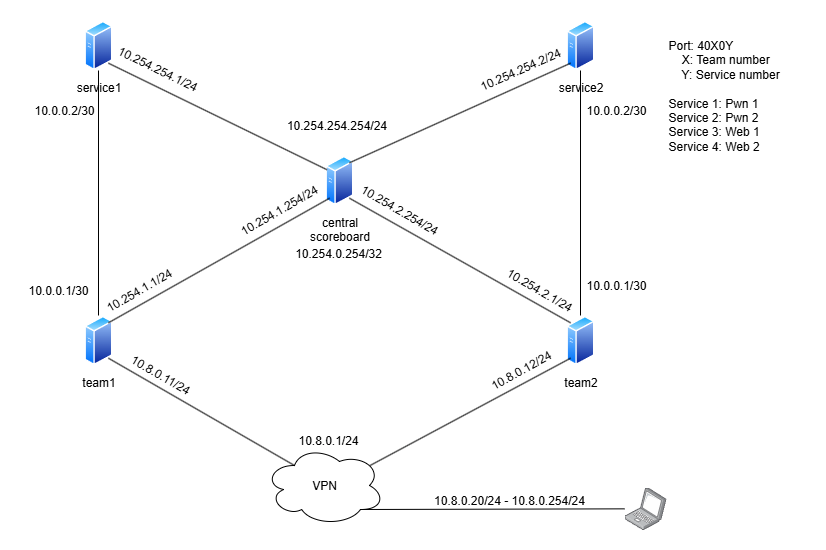
The draw.io diagram mod1/.images/topology.png in johnathanhuutri/ADLab, before a commit. Source tidied: cells renumbered, new cells last; positions are measured from the earlier drawing's top-left corner, leaving out a move shared by most shapes. The source it was exported from:
```xml
<mxGraphModel>
  <root>
    <mxCell id="0" />
    <mxCell id="1" parent="0" />
    <mxCell id="2" value="10.254.2.1/24" style="text;html=1;align=center;verticalAlign=middle;whiteSpace=wrap;rounded=0;rotation=30;" parent="1" vertex="1">
      <mxGeometry x="464" y="255" width="110" height="30" as="geometry" />
    </mxCell>
    <mxCell id="3" value="&lt;div&gt;&lt;span style=&quot;background-color: light-dark(#ffffff, var(--ge-dark-color, #121212)); color: light-dark(rgb(0, 0, 0), rgb(255, 255, 255));&quot;&gt;central&lt;/span&gt;&lt;/div&gt;&lt;div&gt;&lt;div&gt;scoreboard&lt;/div&gt;&lt;/div&gt;" style="image;perimeter=ellipsePerimeter;html=1;align=center;shadow=0;dashed=0;spacingTop=3;image=img/lib/active_directory/generic_server.svg;" parent="1" vertex="1">
      <mxGeometry x="305" y="135" width="28" height="50" as="geometry" />
    </mxCell>
    <mxCell id="4" value="team2" style="image;perimeter=ellipsePerimeter;html=1;align=center;shadow=0;dashed=0;spacingTop=3;image=img/lib/active_directory/generic_server.svg;" parent="1" vertex="1">
      <mxGeometry x="546" y="295" width="28" height="50" as="geometry" />
    </mxCell>
    <mxCell id="5" value="team1" style="image;perimeter=ellipsePerimeter;html=1;align=center;shadow=0;dashed=0;spacingTop=3;image=img/lib/active_directory/generic_server.svg;" parent="1" vertex="1">
      <mxGeometry x="64" y="295" width="28" height="50" as="geometry" />
    </mxCell>
    <mxCell id="6" value="10.254.0.254/32" style="text;html=1;align=center;verticalAlign=middle;whiteSpace=wrap;rounded=0;" parent="1" vertex="1">
      <mxGeometry x="263" y="225" width="110" height="15" as="geometry" />
    </mxCell>
    <mxCell id="7" value="10.254.1.1/24" style="text;html=1;align=center;verticalAlign=middle;whiteSpace=wrap;rounded=0;rotation=-30;" parent="1" vertex="1">
      <mxGeometry x="64" y="255" width="110" height="30" as="geometry" />
    </mxCell>
    <mxCell id="8" style="endArrow=none;html=1;rounded=0;entryX=0;entryY=1;entryDx=0;entryDy=0;exitX=1;exitY=0;exitDx=0;exitDy=0;" parent="1" edge="1" source="5" target="3">
      <mxGeometry relative="1" as="geometry" />
    </mxCell>
    <mxCell id="9" style="endArrow=none;html=1;rounded=0;entryX=1;entryY=1;entryDx=0;entryDy=0;exitX=0;exitY=0;exitDx=0;exitDy=0;" parent="1" edge="1" source="4" target="3">
      <mxGeometry relative="1" as="geometry" />
    </mxCell>
    <mxCell id="10" value="10.254.1.254/24" style="text;html=1;align=center;verticalAlign=middle;whiteSpace=wrap;rounded=0;rotation=-30;" parent="1" vertex="1">
      <mxGeometry x="204" y="175" width="110" height="30" as="geometry" />
    </mxCell>
    <mxCell id="11" value="10.254.2.254/24" style="text;html=1;align=center;verticalAlign=middle;whiteSpace=wrap;rounded=0;rotation=30;" parent="1" vertex="1">
      <mxGeometry x="324" y="175" width="110" height="30" as="geometry" />
    </mxCell>
    <mxCell id="12" value="VPN" style="ellipse;shape=cloud;whiteSpace=wrap;html=1;" parent="1" vertex="1">
      <mxGeometry x="244" y="425" width="120" height="80" as="geometry" />
    </mxCell>
    <mxCell id="13" style="endArrow=none;html=1;rounded=0;exitX=1;exitY=1;exitDx=0;exitDy=0;entryX=0.25;entryY=0.25;entryDx=0;entryDy=0;entryPerimeter=0;" parent="1" edge="1" source="5" target="12">
      <mxGeometry relative="1" as="geometry" />
    </mxCell>
    <mxCell id="14" style="endArrow=none;html=1;rounded=0;exitX=0.88;exitY=0.25;exitDx=0;exitDy=0;entryX=0;entryY=1;entryDx=0;entryDy=0;exitPerimeter=0;" parent="1" edge="1" source="12" target="4">
      <mxGeometry relative="1" as="geometry" />
    </mxCell>
    <mxCell id="15" value="10.8.0.11/24" style="text;html=1;align=center;verticalAlign=middle;whiteSpace=wrap;rounded=0;rotation=30;" parent="1" vertex="1">
      <mxGeometry x="95.3" y="340" width="90" height="30" as="geometry" />
    </mxCell>
    <mxCell id="16" value="10.8.0.12/24" style="text;html=1;align=center;verticalAlign=middle;whiteSpace=wrap;rounded=0;rotation=331;" parent="1" vertex="1">
      <mxGeometry x="456" y="335" width="90" height="30" as="geometry" />
    </mxCell>
    <mxCell id="17" value="10.8.0.1/24" style="text;html=1;align=center;verticalAlign=middle;whiteSpace=wrap;rounded=0;rotation=0;" parent="1" vertex="1">
      <mxGeometry x="263" y="405" width="90" height="30" as="geometry" />
    </mxCell>
    <mxCell id="18" style="image;points=[];html=1;align=center;shadow=0;dashed=0;image=img/lib/allied_telesis/computer_and_terminals/Laptop.svg;" parent="1" vertex="1">
      <mxGeometry x="604" y="467" width="42" height="42.6" as="geometry" />
    </mxCell>
    <mxCell id="19" style="endArrow=none;html=1;rounded=0;exitX=0.8;exitY=0.8;exitDx=0;exitDy=0;exitPerimeter=0;" parent="1" edge="1" source="12" target="18">
      <mxGeometry relative="1" as="geometry" />
    </mxCell>
    <mxCell id="20" value="10.8.0.20/24 - 10.8.0.254/24" style="text;html=1;align=center;verticalAlign=middle;whiteSpace=wrap;rounded=0;rotation=0;" parent="1" vertex="1">
      <mxGeometry x="404" y="465" width="170" height="30" as="geometry" />
    </mxCell>
    <mxCell id="21" value="Port: 40X0Y&lt;div&gt;&amp;nbsp; &amp;nbsp; X: Team number&lt;br&gt;&amp;nbsp; &amp;nbsp; Y: Service number&lt;/div&gt;&lt;div&gt;&lt;br&gt;&lt;/div&gt;&lt;div&gt;Service 1: Pwn 1&lt;/div&gt;&lt;div&gt;Service 2: Pwn 2&lt;/div&gt;&lt;div&gt;Service 3: Web 1&lt;/div&gt;&lt;div&gt;Service 4: Web 2&lt;/div&gt;" style="text;html=1;align=left;verticalAlign=middle;whiteSpace=wrap;rounded=0;" parent="1" vertex="1">
      <mxGeometry x="646" y="10" width="140" height="130" as="geometry" />
    </mxCell>
    <mxCell id="22" value="&lt;div&gt;service1&lt;/div&gt;" style="image;perimeter=ellipsePerimeter;html=1;align=center;shadow=0;dashed=0;spacingTop=3;image=img/lib/active_directory/generic_server.svg;" parent="1" vertex="1">
      <mxGeometry x="64" width="28" height="50" as="geometry" />
    </mxCell>
    <mxCell id="23" value="&lt;div&gt;service2&lt;/div&gt;" style="image;perimeter=ellipsePerimeter;html=1;align=center;shadow=0;dashed=0;spacingTop=3;image=img/lib/active_directory/generic_server.svg;" parent="1" vertex="1">
      <mxGeometry x="546" width="28" height="50" as="geometry" />
    </mxCell>
    <mxCell id="24" style="endArrow=none;html=1;rounded=0;entryX=0.5;entryY=1;entryDx=0;entryDy=0;exitX=0.5;exitY=0;exitDx=0;exitDy=0;" parent="1" edge="1" source="5" target="22">
      <mxGeometry relative="1" as="geometry" />
    </mxCell>
    <mxCell id="25" style="endArrow=none;html=1;rounded=0;entryX=0.5;entryY=1;entryDx=0;entryDy=0;exitX=0.5;exitY=0;exitDx=0;exitDy=0;" parent="1" edge="1" source="4" target="23">
      <mxGeometry relative="1" as="geometry" />
    </mxCell>
    <mxCell id="26" value="10.0.0.1/30" style="text;html=1;align=center;verticalAlign=middle;whiteSpace=wrap;rounded=0;rotation=0;" parent="1" vertex="1">
      <mxGeometry y="255" width="76" height="30" as="geometry" />
    </mxCell>
    <mxCell id="27" value="10.0.0.2/30" style="text;html=1;align=center;verticalAlign=middle;whiteSpace=wrap;rounded=0;rotation=0;" parent="1" vertex="1">
      <mxGeometry x="12" y="75" width="64" height="30" as="geometry" />
    </mxCell>
    <mxCell id="28" value="10.0.0.2/30" style="text;html=1;align=center;verticalAlign=middle;whiteSpace=wrap;rounded=0;rotation=0;" parent="1" vertex="1">
      <mxGeometry x="564" y="75" width="64" height="30" as="geometry" />
    </mxCell>
    <mxCell id="29" value="10.0.0.1/30" style="text;html=1;align=center;verticalAlign=middle;whiteSpace=wrap;rounded=0;rotation=0;" parent="1" vertex="1">
      <mxGeometry x="558" y="250" width="76" height="30" as="geometry" />
    </mxCell>
    <mxCell id="30" style="endArrow=none;html=1;rounded=0;entryX=0;entryY=1;entryDx=0;entryDy=0;exitX=1;exitY=0;exitDx=0;exitDy=0;" parent="1" edge="1" source="3" target="23">
      <mxGeometry relative="1" as="geometry" />
    </mxCell>
    <mxCell id="31" style="endArrow=none;html=1;rounded=0;entryX=0;entryY=0.25;entryDx=0;entryDy=0;exitX=1;exitY=1;exitDx=0;exitDy=0;" parent="1" edge="1" source="22" target="3">
      <mxGeometry relative="1" as="geometry" />
    </mxCell>
    <mxCell id="32" value="10.254.254.254/24" style="text;html=1;align=center;verticalAlign=middle;whiteSpace=wrap;rounded=0;rotation=0;" parent="1" vertex="1">
      <mxGeometry x="259.8" y="90" width="113.2" height="30" as="geometry" />
    </mxCell>
    <mxCell id="33" value="10.254.254.1/24" style="text;html=1;align=center;verticalAlign=middle;whiteSpace=wrap;rounded=0;rotation=26;" parent="1" vertex="1">
      <mxGeometry x="93.3" y="34.5" width="88" height="30" as="geometry" />
    </mxCell>
    <mxCell id="34" value="10.254.254.2/24" style="text;html=1;align=center;verticalAlign=middle;whiteSpace=wrap;rounded=0;rotation=336;" parent="1" vertex="1">
      <mxGeometry x="457.4" y="34.5" width="87.2" height="30" as="geometry" />
    </mxCell>
  </root>
</mxGraphModel>
```
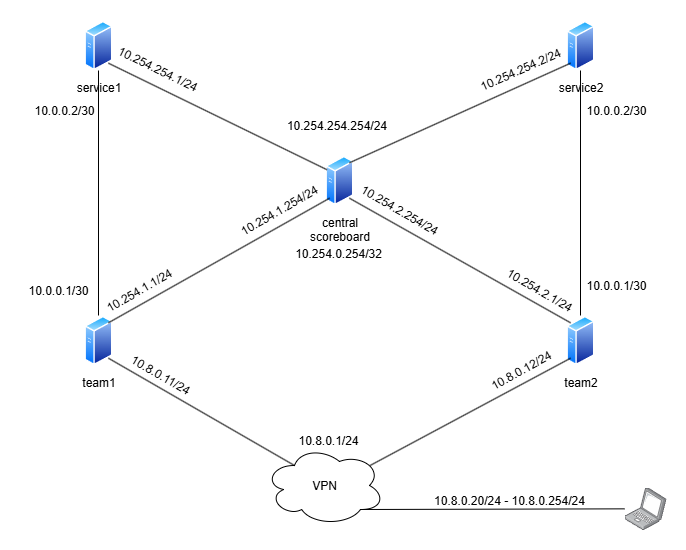
After the change.

What changed in the source:
```diff
@@ -59,9 +59,6 @@
     <mxCell id="20" value="10.8.0.20/24 - 10.8.0.254/24" style="text;html=1;align=center;verticalAlign=middle;whiteSpace=wrap;rounded=0;rotation=0;" parent="1" vertex="1">
       <mxGeometry x="404" y="465" width="170" height="30" as="geometry" />
     </mxCell>
-    <mxCell id="21" value="Port: 40X0Y&lt;div&gt;&amp;nbsp; &amp;nbsp; X: Team number&lt;br&gt;&amp;nbsp; &amp;nbsp; Y: Service number&lt;/div&gt;&lt;div&gt;&lt;br&gt;&lt;/div&gt;&lt;div&gt;Service 1: Pwn 1&lt;/div&gt;&lt;div&gt;Service 2: Pwn 2&lt;/div&gt;&lt;div&gt;Service 3: Web 1&lt;/div&gt;&lt;div&gt;Service 4: Web 2&lt;/div&gt;" style="text;html=1;align=left;verticalAlign=middle;whiteSpace=wrap;rounded=0;" parent="1" vertex="1">
-      <mxGeometry x="646" y="10" width="140" height="130" as="geometry" />
-    </mxCell>
     <mxCell id="22" value="&lt;div&gt;service1&lt;/div&gt;" style="image;perimeter=ellipsePerimeter;html=1;align=center;shadow=0;dashed=0;spacingTop=3;image=img/lib/active_directory/generic_server.svg;" parent="1" vertex="1">
       <mxGeometry x="64" width="28" height="50" as="geometry" />
     </mxCell>
```
